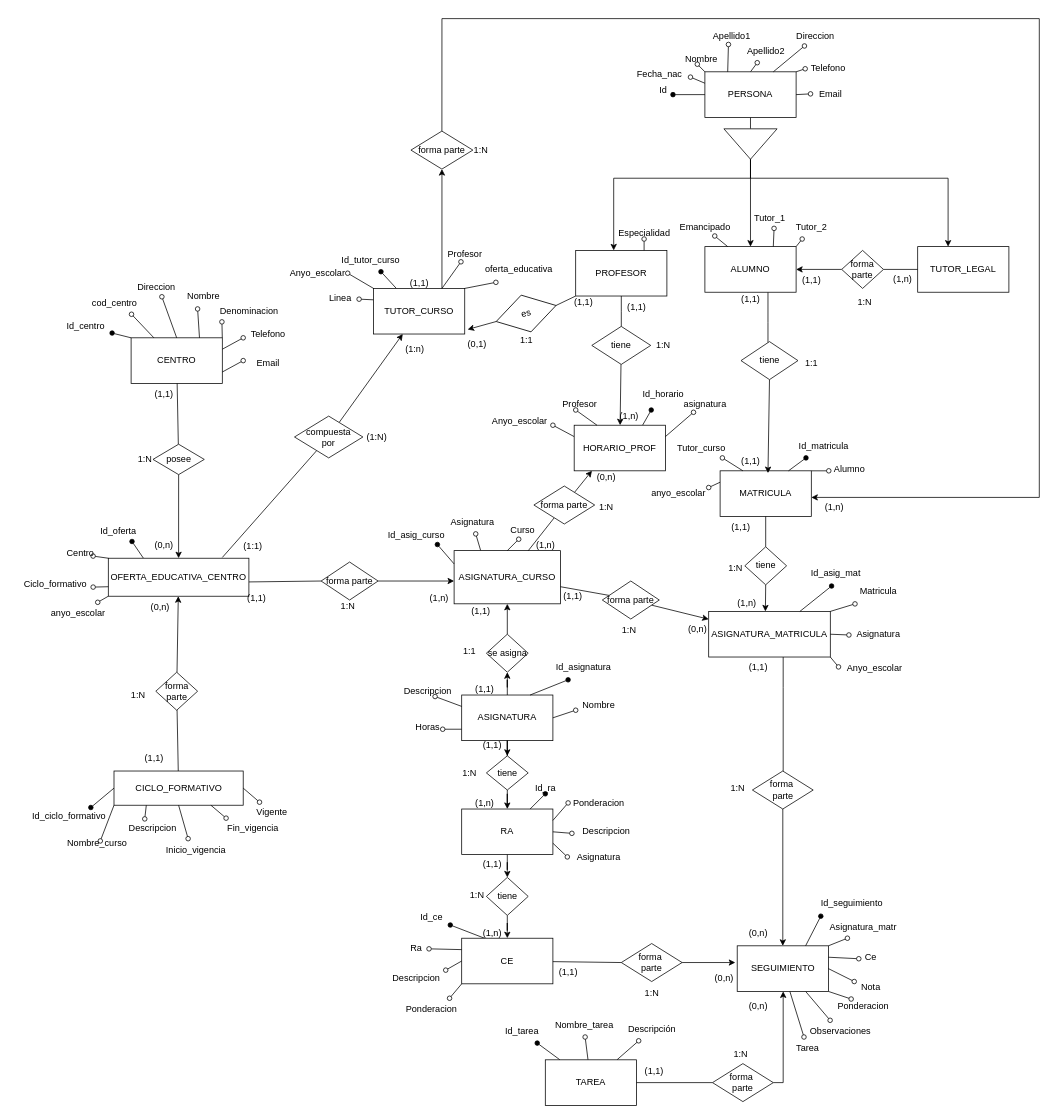
Raquelfefer/SENECA keeps this draw.io diagram as cambio.drawio. Above is the earlier version. Source tidied: cells renumbered, new cells numbered last; positions are measured from the earlier drawing's top-left corner, leaving out a move shared by most shapes. Both pictures are drawn from the tidied source at 76%, with x=0, y=0 at pixel (13, 18).
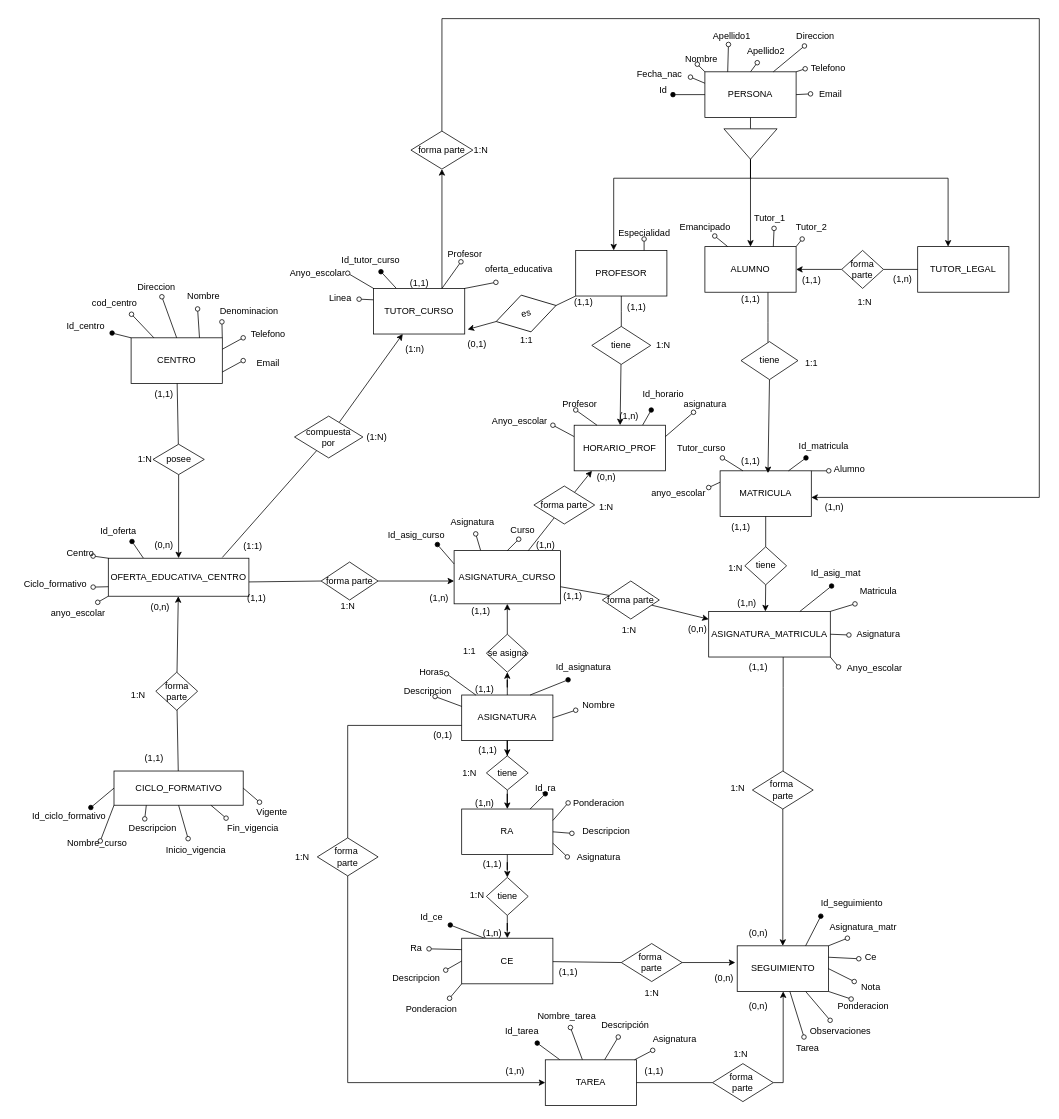
Above is the later version.

Unchanged cells that the change refers to:
```xml
<mxCell id="27" value="ASIGNATURA" style="rounded=0;whiteSpace=wrap;html=1;" parent="1" vertex="1">
  <mxGeometry x="590" y="890" width="120" height="60" as="geometry" />
</mxCell>
<mxCell id="39" value="TAREA" style="rounded=0;whiteSpace=wrap;html=1;" parent="1" vertex="1">
  <mxGeometry x="700" y="1370" width="120" height="60" as="geometry" />
</mxCell>
```

The edit, as a diff of the source:
```diff
@@
+    <mxCell id="278" style="edgeStyle=orthogonalEdgeStyle;rounded=0;jettySize=auto;html=1;endArrow=none;startFill=0;startArrow=none;" parent="1" edge="1" source="280" target="27">
+      <mxGeometry relative="1" as="geometry">
+        <Array as="points">
+          <mxPoint x="440" y="930" />
+        </Array>
+      </mxGeometry>
+    </mxCell>
@@
     <mxCell id="154" value="Horas" style="text;html=1;align=center;verticalAlign=middle;points=[];strokeColor=none;fillColor=none;" parent="1" vertex="1">
-      <mxGeometry x="515" y="918" width="60" height="30" as="geometry" />
+      <mxGeometry x="520" y="845" width="60" height="30" as="geometry" />
     </mxCell>
@@
-    <mxCell id="158" style="edgeStyle=none;rounded=0;jettySize=auto;html=1;exitX=0;exitY=0.75;exitDx=0;exitDy=0;entryX=0.833;entryY=0.567;entryDx=0;entryDy=0;entryPerimeter=0;endArrow=oval;endFill=0;" parent="1" edge="1" source="27" target="154">
+    <mxCell id="158" style="edgeStyle=none;rounded=0;jettySize=auto;html=1;entryX=0.833;entryY=0.567;entryDx=0;entryDy=0;entryPerimeter=0;endArrow=oval;endFill=0;" parent="1" edge="1" source="27" target="154">
       <mxGeometry relative="1" as="geometry" />
     </mxCell>
@@
     <mxCell id="257" value="(1,1)" style="text;html=1;align=center;verticalAlign=middle;strokeColor=none;fillColor=none;" parent="1" vertex="1">
-      <mxGeometry x="605" y="941" width="50" height="30" as="geometry" />
+      <mxGeometry x="599" y="948" width="50" height="30" as="geometry" />
     </mxCell>
@@
     <mxCell id="266" value="Nombre_tarea" style="text;html=1;align=center;verticalAlign=middle;points=[];strokeColor=none;fillColor=none;" parent="1" vertex="1">
-      <mxGeometry x="700.5" y="1310" width="100" height="30" as="geometry" />
+      <mxGeometry x="677.5" y="1297.5" width="100" height="30" as="geometry" />
     </mxCell>
@@
     <mxCell id="269" value="Descripción" style="text;html=1;align=center;verticalAlign=middle;points=[];strokeColor=none;fillColor=none;" parent="1" vertex="1">
-      <mxGeometry x="795" y="1315" width="90" height="30" as="geometry" />
+      <mxGeometry x="760" y="1310" width="90" height="30" as="geometry" />
     </mxCell>
@@
+    <mxCell id="279" style="edgeStyle=orthogonalEdgeStyle;rounded=0;jettySize=auto;html=1;endArrow=none;startFill=1;startArrow=classic;" parent="1" edge="1" source="39" target="280">
+      <mxGeometry relative="1" as="geometry">
+        <Array as="points">
+          <mxPoint x="440" y="1400" />
+        </Array>
+      </mxGeometry>
+    </mxCell>
+    <mxCell id="280" value="forma&amp;nbsp;&lt;div&gt;parte&lt;/div&gt;" style="rhombus;whiteSpace=wrap;html=1;" parent="1" vertex="1">
+      <mxGeometry x="400" y="1078" width="80" height="50" as="geometry" />
+    </mxCell>
+    <mxCell id="281" style="rounded=0;jettySize=auto;html=1;endArrow=oval;endFill=0;" parent="1" edge="1" source="39" target="282">
+      <mxGeometry relative="1" as="geometry" />
+    </mxCell>
+    <mxCell id="282" value="Asignatura" style="text;html=1;align=center;verticalAlign=middle;points=[];strokeColor=none;fillColor=none;" parent="1" vertex="1">
+      <mxGeometry x="830" y="1327.5" width="80" height="30" as="geometry" />
+    </mxCell>
+    <mxCell id="283" value="1:N" style="text;html=1;align=center;verticalAlign=middle;strokeColor=none;fillColor=none;" parent="1" vertex="1">
+      <mxGeometry x="360" y="1088" width="40" height="30" as="geometry" />
+    </mxCell>
+    <mxCell id="284" value="(0,1)" style="text;html=1;align=center;verticalAlign=middle;strokeColor=none;fillColor=none;" parent="1" vertex="1">
+      <mxGeometry x="540" y="928" width="50" height="30" as="geometry" />
+    </mxCell>
+    <mxCell id="285" value="(1,n)" style="text;html=1;align=center;verticalAlign=middle;strokeColor=none;fillColor=none;" parent="1" vertex="1">
+      <mxGeometry x="635" y="1370" width="50" height="30" as="geometry" />
+    </mxCell>
```
